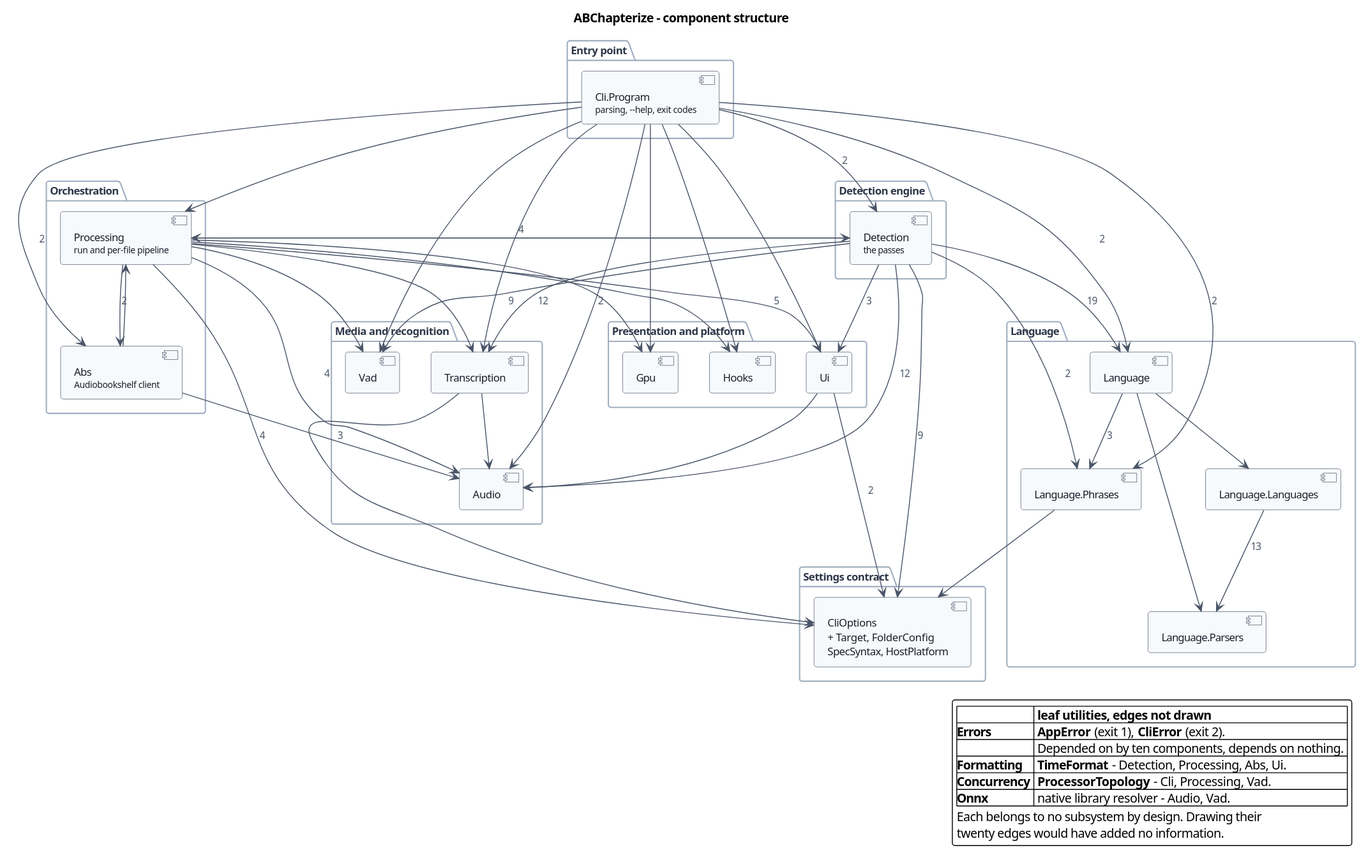
Before: doc/diagrams/components.svg, a diagram exported from PlantUML (Inguiotar/ABChapterize). The source it was exported from:
```plantuml
@startuml
!include _style.iuml
title ABChapterize - component structure


package "Entry point" as PA {
  [Cli.Program\n<size:10>parsing, ~--help, exit codes</size>] as CLI
}

package "Orchestration" as PB {
  [Processing\n<size:10>run and per-file pipeline</size>] as PROC
  [Abs\n<size:10>Audiobookshelf client</size>] as ABS
}

package "Detection engine" as PC {
  [Detection\n<size:10>the passes</size>] as DET
}

package "Language" as PD {
  [Language] as LANG
  [Language.Phrases] as PHR
  [Language.Languages] as LANGS
  [Language.Parsers] as PARS
}

package "Media and recognition" as PE {
  [Audio] as AUD
  [Vad] as VAD
  [Transcription] as TRA
}

package "Presentation and platform" as PF {
  [Ui] as UI
  [Gpu] as GPU
  [Hooks] as HOOK
}

package "Settings contract" as PG {
  [CliOptions\n+ Target, FolderConfig\nSpecSyntax, HostPlatform] as OPT
}

CLI --> PROC
CLI --> DET : 2
CLI --> ABS : 2
CLI --> LANG : 2
CLI --> PHR : 2
CLI --> AUD : 2
CLI --> UI
CLI --> VAD
CLI --> TRA
CLI --> GPU
CLI --> HOOK

PROC --> DET : 4
PROC --> ABS : 2
PROC --> AUD : 4
PROC --> UI : 5
PROC --> TRA
PROC --> VAD
PROC --> GPU
PROC --> HOOK
PROC --> OPT : 4

ABS --> AUD : 3
ABS --> PROC

DET --> LANG : 19
DET --> AUD : 12
DET --> TRA : 12
DET --> VAD : 9
DET --> UI : 3
DET --> PHR : 2
DET --> PROC
DET --> OPT : 9

LANG --> PHR : 3
LANG --> LANGS
LANG --> PARS
LANGS --> PARS : 13
PHR --> OPT

TRA --> AUD
TRA --> OPT
UI --> AUD
UI --> OPT : 2

legend right
  |= |= leaf utilities, edges not drawn |
  |<b>Errors</b> | <b>AppError</b> (exit 1), <b>CliError</b> (exit 2). |
  | | Depended on by ten components, depends on nothing. |
  |<b>Formatting</b> | <b>TimeFormat</b> - Detection, Processing, Abs, Ui. |
  |<b>Concurrency</b> | <b>ProcessorTopology</b> - Cli, Processing, Vad. |
  |<b>Onnx</b> | native library resolver - Audio, Vad. |
  Each belongs to no subsystem by design. Drawing their
  twenty edges would have added no information.
endlegend
@enduml
```
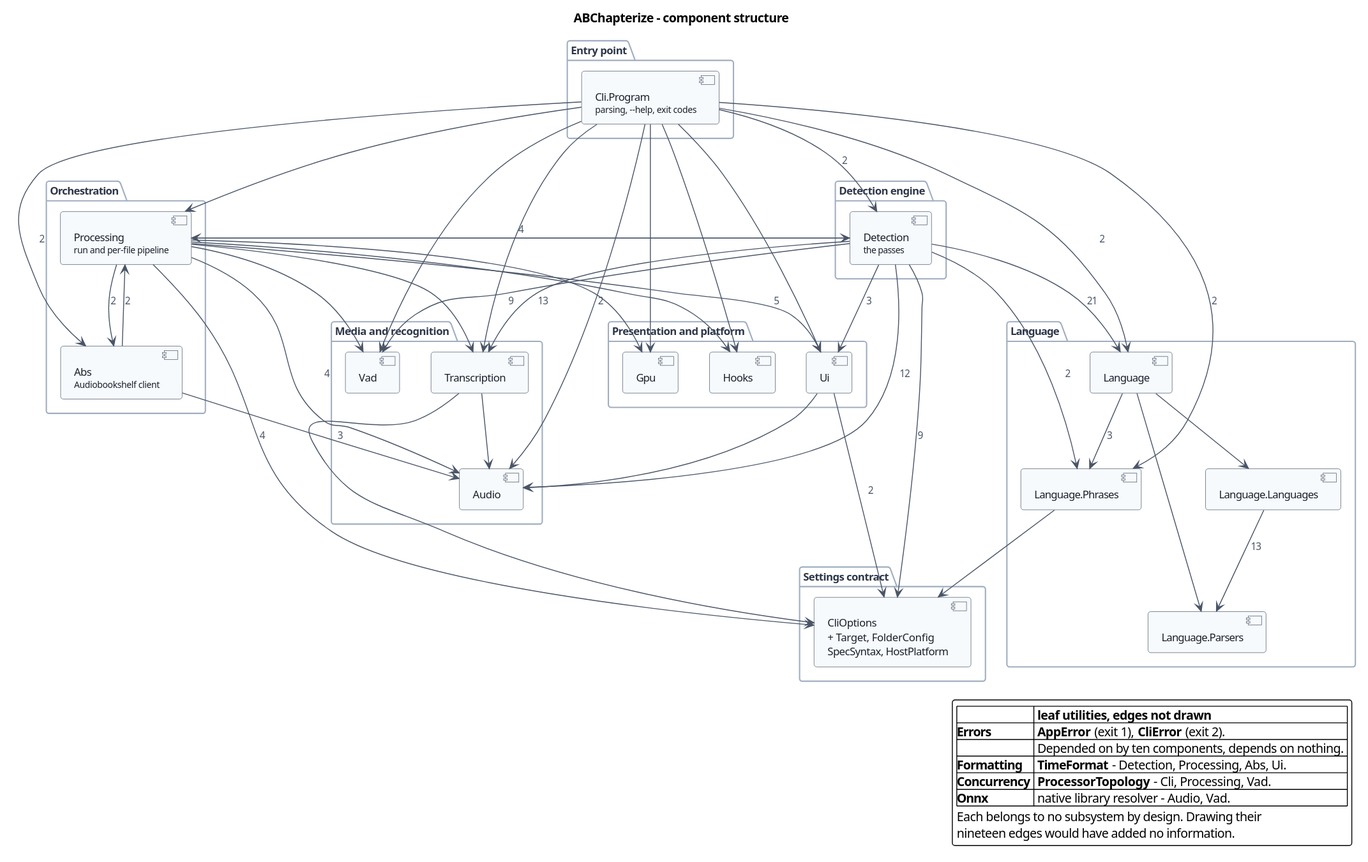
After the commit.

The edit, as a diff of the source:
```diff
@@ -62,11 +62,11 @@
 PROC --> OPT : 4
 
 ABS --> AUD : 3
-ABS --> PROC
+ABS --> PROC : 2
 
-DET --> LANG : 19
+DET --> LANG : 21
 DET --> AUD : 12
-DET --> TRA : 12
+DET --> TRA : 13
 DET --> VAD : 9
 DET --> UI : 3
 DET --> PHR : 2
@@ -92,6 +92,6 @@
   |<b>Concurrency</b> | <b>ProcessorTopology</b> - Cli, Processing, Vad. |
   |<b>Onnx</b> | native library resolver - Audio, Vad. |
   Each belongs to no subsystem by design. Drawing their
-  twenty edges would have added no information.
+  nineteen edges would have added no information.
 endlegend
 @enduml
```
